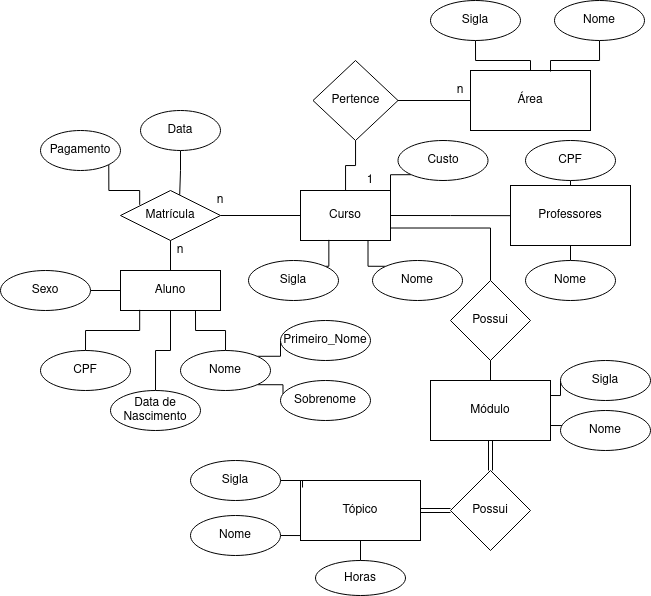
Before: Untitled Diagram.png, a diagram exported from draw.io (samuelspineli34/AED2). Source tidied: cells renumbered, new cells last; positions are measured from the earlier drawing's top-left corner, leaving out a move shared by most shapes.
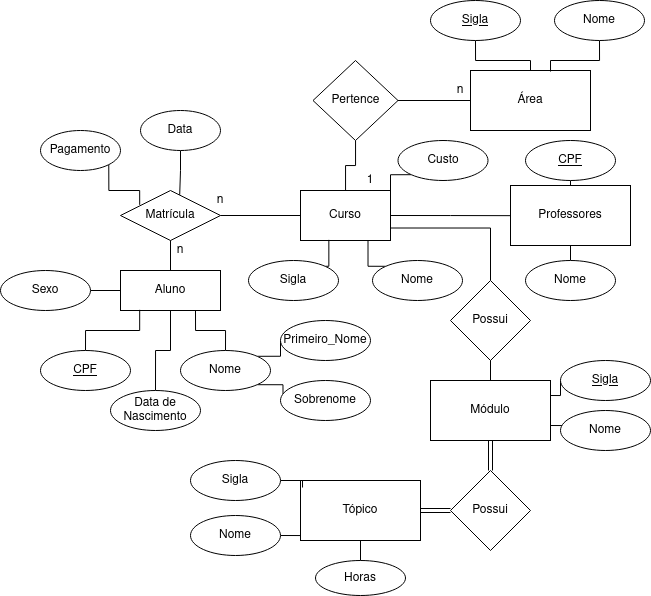
Later version of the same file.

Diff of the diagram source:
```diff
@@ -37,7 +37,7 @@
     <mxCell id="12" style="edgeStyle=orthogonalEdgeStyle;rounded=0;jettySize=auto;html=1;endArrow=none;endFill=0;strokeColor=#000000;" parent="1" edge="1" source="13" target="9">
       <mxGeometry relative="1" as="geometry" />
     </mxCell>
-    <mxCell id="13" value="&lt;div&gt;Sigla&lt;/div&gt;" style="ellipse;whiteSpace=wrap;html=1;" parent="1" vertex="1">
+    <mxCell id="13" value="Sigla" style="ellipse;whiteSpace=wrap;html=1;fontStyle=4;" parent="1" vertex="1">
       <mxGeometry x="430" width="90" height="40" as="geometry" />
     </mxCell>
     <mxCell id="14" style="edgeStyle=orthogonalEdgeStyle;rounded=0;jettySize=auto;html=1;exitX=0.5;exitY=1;exitDx=0;exitDy=0;endArrow=none;endFill=0;strokeColor=#000000;entryX=0.667;entryY=0.017;entryDx=0;entryDy=0;entryPerimeter=0;" parent="1" edge="1" source="15" target="9">
@@ -81,7 +81,7 @@
     <mxCell id="25" style="edgeStyle=orthogonalEdgeStyle;rounded=0;jettySize=auto;html=1;exitX=0.5;exitY=1;exitDx=0;exitDy=0;entryX=0.5;entryY=0;entryDx=0;entryDy=0;endArrow=none;endFill=0;strokeColor=#000000;" parent="1" edge="1" source="26" target="22">
       <mxGeometry relative="1" as="geometry" />
     </mxCell>
-    <mxCell id="26" value="&lt;div&gt;CPF&lt;/div&gt;" style="ellipse;whiteSpace=wrap;html=1;" parent="1" vertex="1">
+    <mxCell id="26" value="&lt;div&gt;CPF&lt;/div&gt;" style="ellipse;whiteSpace=wrap;html=1;fontStyle=4;" parent="1" vertex="1">
       <mxGeometry x="525" y="140" width="90" height="40" as="geometry" />
     </mxCell>
     <mxCell id="27" style="edgeStyle=orthogonalEdgeStyle;rounded=0;jettySize=auto;html=1;entryX=0.5;entryY=1;entryDx=0;entryDy=0;endArrow=none;endFill=0;strokeColor=#000000;" parent="1" edge="1" source="28" target="6">
@@ -93,7 +93,7 @@
     <mxCell id="29" style="edgeStyle=orthogonalEdgeStyle;rounded=0;jettySize=auto;html=1;exitX=0.5;exitY=0;exitDx=0;exitDy=0;entryX=0.192;entryY=0.983;entryDx=0;entryDy=0;entryPerimeter=0;endArrow=none;endFill=0;strokeColor=#000000;" parent="1" edge="1" source="30" target="28">
       <mxGeometry relative="1" as="geometry" />
     </mxCell>
-    <mxCell id="30" value="&lt;div&gt;CPF&lt;/div&gt;" style="ellipse;whiteSpace=wrap;html=1;" parent="1" vertex="1">
+    <mxCell id="30" value="&lt;div&gt;&lt;u&gt;CPF&lt;/u&gt;&lt;/div&gt;" style="ellipse;whiteSpace=wrap;html=1;" parent="1" vertex="1">
       <mxGeometry x="40" y="350" width="90" height="40" as="geometry" />
     </mxCell>
     <mxCell id="31" style="edgeStyle=orthogonalEdgeStyle;rounded=0;jettySize=auto;html=1;exitX=0.5;exitY=0;exitDx=0;exitDy=0;entryX=0.75;entryY=1;entryDx=0;entryDy=0;endArrow=none;endFill=0;strokeColor=#000000;" parent="1" edge="1" source="34" target="28">
@@ -156,7 +156,7 @@
     <mxCell id="50" value="Possui" style="rhombus;whiteSpace=wrap;html=1;" parent="1" vertex="1">
       <mxGeometry x="450" y="280" width="80" height="80" as="geometry" />
     </mxCell>
-    <mxCell id="51" value="&lt;div&gt;Sigla&lt;/div&gt;" style="ellipse;whiteSpace=wrap;html=1;" parent="1" vertex="1">
+    <mxCell id="51" value="&lt;div&gt;&lt;u&gt;Sigla&lt;/u&gt;&lt;br&gt;&lt;/div&gt;" style="ellipse;whiteSpace=wrap;html=1;" parent="1" vertex="1">
       <mxGeometry x="560" y="360" width="90" height="40" as="geometry" />
     </mxCell>
     <mxCell id="52" value="Nome" style="ellipse;whiteSpace=wrap;html=1;" parent="1" vertex="1">
```
